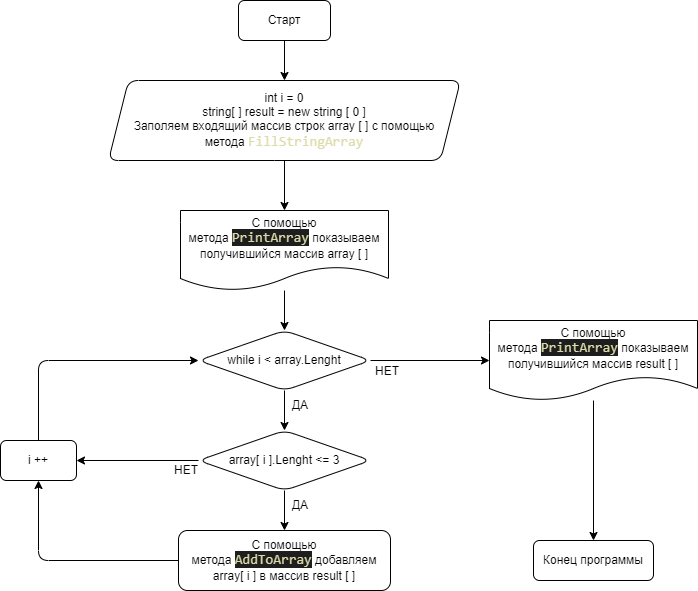
The draw.io diagram Diagram.draw.io.png in TimofeyShadrin/ControlWork, before a commit. Source tidied: cells renumbered, new cells last; positions are measured from the earlier drawing's top-left corner, leaving out a move shared by most shapes.
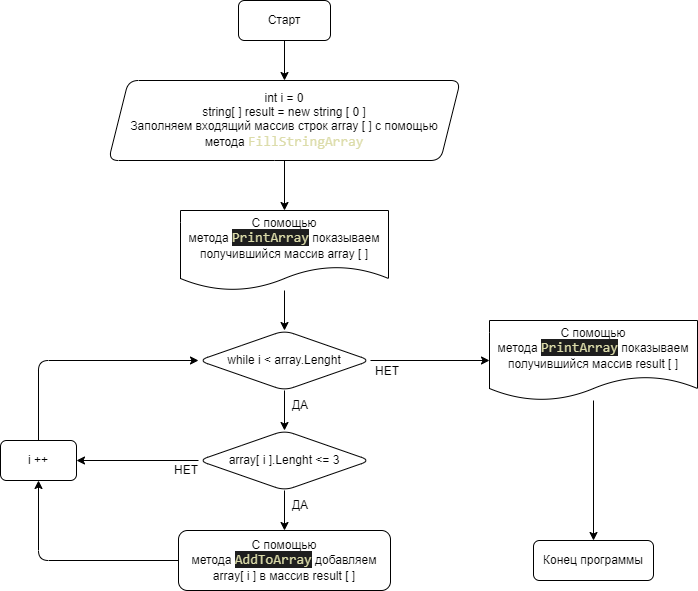
The same diagram one commit later.

The edit, as a diff of the source:
```diff
@@ -11,7 +11,7 @@
     <mxCell id="4" style="edgeStyle=none;html=1;entryX=0.5;entryY=0;entryDx=0;entryDy=0;" parent="1" edge="1" source="5" target="20">
       <mxGeometry relative="1" as="geometry" />
     </mxCell>
-    <mxCell id="5" value="int i = 0&lt;br&gt;string[ ] result = new string [ 0 ]&lt;br&gt;Заполяем входящий массив строк array [ ] с помощью метода&amp;nbsp;&lt;span style=&quot;font-family: &amp;#34;consolas&amp;#34; , &amp;#34;courier new&amp;#34; , monospace ; font-size: 14px ; color: rgb(220 , 220 , 170)&quot;&gt;FillStringArray&lt;/span&gt;&lt;span style=&quot;background-color: rgb(30 , 30 , 30) ; color: rgb(212 , 212 , 212) ; font-family: &amp;#34;consolas&amp;#34; , &amp;#34;courier new&amp;#34; , monospace ; font-size: 14px&quot;&gt;&lt;br&gt;&lt;/span&gt;" style="shape=parallelogram;perimeter=parallelogramPerimeter;whiteSpace=wrap;html=1;fixedSize=1;rounded=1;" parent="1" vertex="1">
+    <mxCell id="5" value="int i = 0&lt;br&gt;string[ ] result = new string [ 0 ]&lt;br&gt;Заполняем входящий массив строк array [ ] с помощью метода&amp;nbsp;&lt;span style=&quot;font-family: &amp;#34;consolas&amp;#34; , &amp;#34;courier new&amp;#34; , monospace ; font-size: 14px ; color: rgb(220 , 220 , 170)&quot;&gt;FillStringArray&lt;/span&gt;&lt;span style=&quot;background-color: rgb(30 , 30 , 30) ; color: rgb(212 , 212 , 212) ; font-family: &amp;#34;consolas&amp;#34; , &amp;#34;courier new&amp;#34; , monospace ; font-size: 14px&quot;&gt;&lt;br&gt;&lt;/span&gt;" style="shape=parallelogram;perimeter=parallelogramPerimeter;whiteSpace=wrap;html=1;fixedSize=1;rounded=1;" parent="1" vertex="1">
       <mxGeometry x="108" y="80" width="352" height="80" as="geometry" />
     </mxCell>
     <mxCell id="6" style="edgeStyle=none;html=1;fontFamily=Helvetica;" parent="1" edge="1" source="8" target="11">
```
